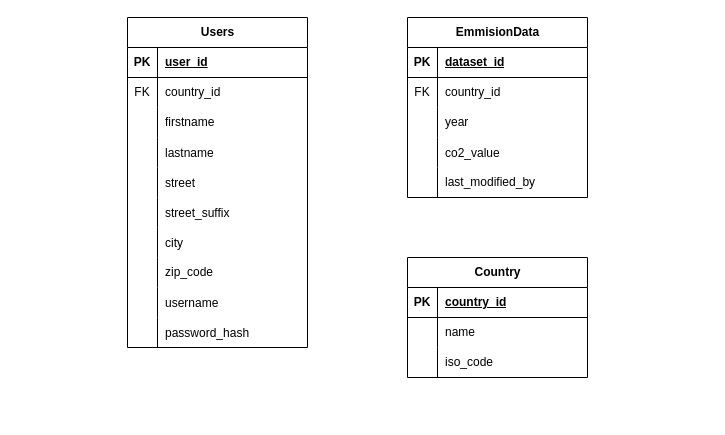
Before: docs/ERM.drawio in Neeklass/java-likehero2zero, a draw.io diagram. Source tidied: cells renumbered, new cells numbered last; positions are measured from the earlier drawing's top-left corner, leaving out a move shared by most shapes. Both pictures are drawn from the tidied source at 100%, with x=0, y=0 at pixel (127, 17).
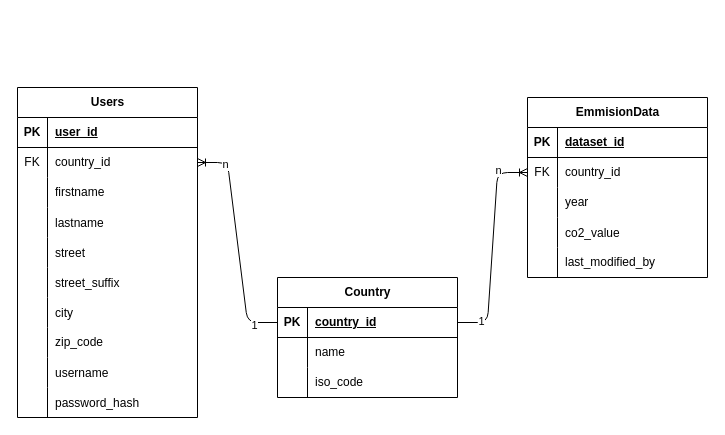
Above is the later version.

Commit message:
Add relations to ERM

The change refers to these unchanged cells:
```xml
<mxCell id="6" style="shape=tableRow;horizontal=0;startSize=0;swimlaneHead=0;swimlaneBody=0;fillColor=none;points=[[0,0.5],[1,0.5]];portConstraint=eastwest;top=0;left=0;right=0;bottom=0;" parent="2" vertex="1">
  <mxGeometry y="60" width="180" height="30" as="geometry" />
</mxCell>
<mxCell id="37" style="shape=tableRow;horizontal=0;startSize=0;swimlaneHead=0;swimlaneBody=0;fillColor=none;points=[[0,0.5],[1,0.5]];portConstraint=eastwest;top=0;left=0;right=0;bottom=0;" parent="33" vertex="1">
  <mxGeometry y="60" width="180" height="30" as="geometry" />
</mxCell>
<mxCell id="50" style="shape=tableRow;horizontal=0;startSize=0;swimlaneHead=0;swimlaneBody=0;fillColor=none;points=[[0,0.5],[1,0.5]];portConstraint=eastwest;top=0;left=0;right=0;bottom=1;" parent="49" vertex="1">
  <mxGeometry y="30" width="180" height="30" as="geometry" />
</mxCell>
```

Diff of the diagram source:
```diff
@@
     <mxCell id="2" value="Users" style="shape=table;startSize=30;childLayout=tableLayout;rowLines=0;fontStyle=1;align=center;html=1;" parent="1" vertex="1">
-      <mxGeometry width="180" height="330" as="geometry" />
+      <mxGeometry x="-110" y="70" width="180" height="330" as="geometry" />
     </mxCell>
@@
     <mxCell id="33" value="EmmisionData" style="shape=table;startSize=30;childLayout=tableLayout;rowLines=0;fontStyle=1;align=center;html=1;" parent="1" vertex="1">
-      <mxGeometry x="280" width="180" height="180" as="geometry" />
+      <mxGeometry x="400" y="80" width="180" height="180" as="geometry" />
     </mxCell>
@@
     <mxCell id="49" value="Country" style="shape=table;startSize=30;childLayout=tableLayout;rowLines=0;fontStyle=1;align=center;html=1;" parent="1" vertex="1">
-      <mxGeometry x="280" y="240" width="180" height="120" as="geometry" />
+      <mxGeometry x="150" y="260" width="180" height="120" as="geometry" />
     </mxCell>
@@
+    <mxCell id="59" style="edgeStyle=entityRelationEdgeStyle;fontSize=12;html=1;endArrow=ERoneToMany;exitX=0;exitY=0.5;exitDx=0;exitDy=0;entryX=1;entryY=0.5;entryDx=0;entryDy=0;" parent="1" edge="1" source="50" target="6">
+      <mxGeometry relative="1" as="geometry" />
+    </mxCell>
+    <mxCell id="60" value="1" style="edgeLabel;html=1;align=center;verticalAlign=middle;" parent="59" vertex="1">
+      <mxGeometry x="-0.78" y="2" relative="1" as="geometry" />
+    </mxCell>
+    <mxCell id="61" value="n" style="edgeLabel;html=1;align=center;verticalAlign=middle;" parent="59" vertex="1">
+      <mxGeometry x="0.72" y="3" relative="1" as="geometry" />
+    </mxCell>
+    <mxCell id="62" style="edgeStyle=entityRelationEdgeStyle;fontSize=12;html=1;endArrow=ERoneToMany;exitX=1;exitY=0.5;exitDx=0;exitDy=0;entryX=0;entryY=0.5;entryDx=0;entryDy=0;" parent="1" edge="1" source="50" target="37">
+      <mxGeometry relative="1" as="geometry" />
+    </mxCell>
+    <mxCell id="63" value="1" style="edgeLabel;html=1;align=center;verticalAlign=middle;" parent="62" vertex="1">
+      <mxGeometry x="-0.78" y="2" relative="1" as="geometry" />
+    </mxCell>
+    <mxCell id="64" value="n" style="edgeLabel;html=1;align=center;verticalAlign=middle;" parent="62" vertex="1">
+      <mxGeometry x="0.72" y="3" relative="1" as="geometry" />
+    </mxCell>
```
